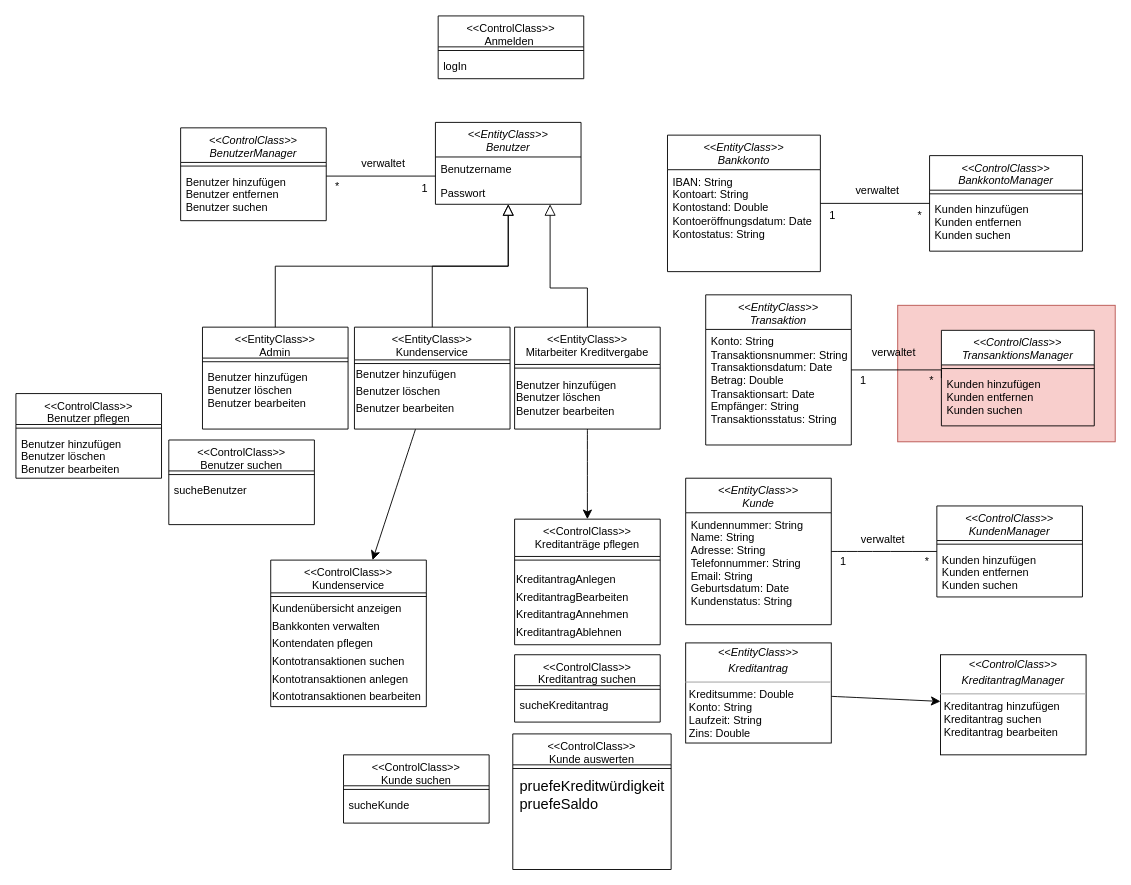
This is page "Technischer Entwurf" (5 of 5) of Datenmodell.drawio from JaSc2912/VerteilteAnwendungen, a draw.io file, before an edit. Source tidied: cells renumbered, new cells numbered last; positions are measured from the earlier drawing's top-left corner, leaving out a move shared by most shapes. Both pictures are drawn from the tidied source at 91%, with x=0, y=0 at pixel (15, 15).
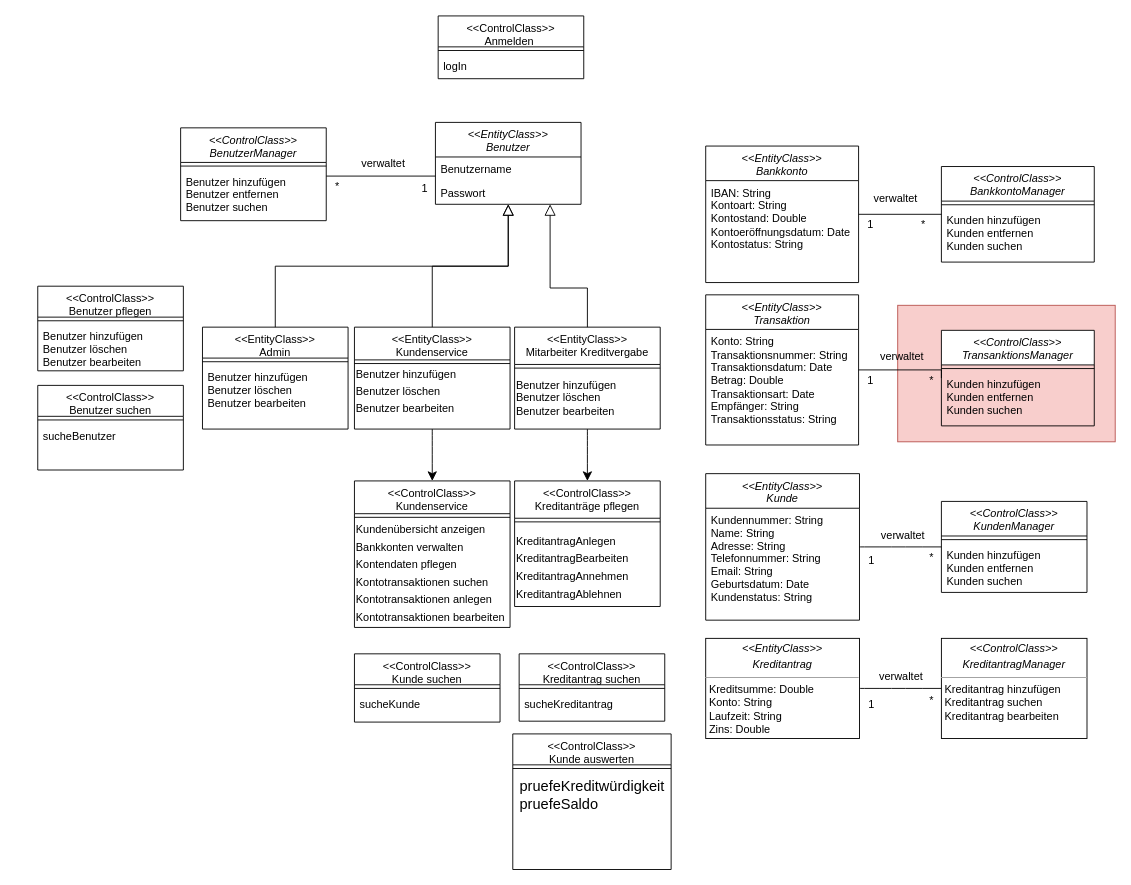
The same page after the edit.

Change to the diagram source:
```diff
@@
     <mxCell id="23" value="&lt;&lt;EntityClass&gt;&gt;&#10;Bankkonto" style="swimlane;fontStyle=2;align=center;verticalAlign=top;horizontal=1;startSize=38;rounded=0;shadow=0;strokeWidth=1;" parent="1" vertex="1">
-      <mxGeometry x="716" y="131" width="168" height="150" as="geometry" />
+      <mxGeometry x="758" y="143" width="168" height="150" as="geometry" />
     </mxCell>
@@
     <mxCell id="25" value="&lt;&lt;EntityClass&gt;&gt;&#10;Transaktion" style="swimlane;fontStyle=2;align=center;verticalAlign=top;horizontal=1;startSize=38;rounded=0;shadow=0;strokeWidth=1;" parent="1" vertex="1">
-      <mxGeometry x="758" y="306.5" width="160" height="165" as="geometry" />
+      <mxGeometry x="758" y="306.5" width="168" height="165" as="geometry" />
     </mxCell>
     <mxCell id="26" value="&lt;p align=&quot;left&quot; style=&quot;margin:0px;margin-left:4px;&quot;&gt;Konto: String&lt;br&gt;&lt;/p&gt;&lt;p align=&quot;left&quot; style=&quot;margin:0px;margin-left:4px;&quot;&gt;Transaktionsnummer: String&lt;/p&gt;&lt;p align=&quot;left&quot; style=&quot;margin:0px;margin-left:4px;&quot;&gt;Transaktionsdatum: Date&lt;/p&gt;&lt;p align=&quot;left&quot; style=&quot;margin:0px;margin-left:4px;&quot;&gt;Betrag: Double&lt;/p&gt;&lt;p align=&quot;left&quot; style=&quot;margin:0px;margin-left:4px;&quot;&gt;Transaktionsart: Date&lt;/p&gt;&lt;p align=&quot;left&quot; style=&quot;margin:0px;margin-left:4px;&quot;&gt;Empfänger: String&lt;/p&gt;&lt;p align=&quot;left&quot; style=&quot;margin:0px;margin-left:4px;&quot;&gt;Transaktionsstatus: String&lt;/p&gt;" style="text;html=1;align=left;verticalAlign=middle;strokeColor=none;fillColor=none;" parent="25" vertex="1">
-      <mxGeometry y="38" width="160" height="113" as="geometry" />
+      <mxGeometry y="38" width="168" height="113" as="geometry" />
     </mxCell>
@@
     <mxCell id="28" value="&lt;&lt;EntityClass&gt;&gt;&#10;Kunde" style="swimlane;fontStyle=2;align=center;verticalAlign=top;horizontal=1;startSize=38;rounded=0;shadow=0;strokeWidth=1;" parent="1" vertex="1">
-      <mxGeometry x="736" y="508" width="160" height="161" as="geometry" />
+      <mxGeometry x="758" y="503" width="169" height="161" as="geometry" />
     </mxCell>
     <mxCell id="29" value="Kundennummer: String&#10;Name: String&#10;Adresse: String&#10;Telefonnummer: String&#10;Email: String&#10;Geburtsdatum: Date&#10;Kundenstatus: String" style="text;align=left;verticalAlign=top;spacingLeft=4;spacingRight=4;overflow=hidden;" parent="28" vertex="1">
-      <mxGeometry y="38" width="160" height="121" as="geometry" />
+      <mxGeometry y="38" width="169" height="121" as="geometry" />
     </mxCell>
     <mxCell id="30" value="&lt;&lt;ControlClass&gt;&gt;&#10;KundenManager" style="swimlane;fontStyle=2;align=center;verticalAlign=top;horizontal=1;startSize=38;rounded=0;shadow=0;strokeWidth=1;" parent="1" vertex="1">
-      <mxGeometry x="1012" y="538.5" width="160" height="100" as="geometry" />
+      <mxGeometry x="1017" y="533.5" width="160" height="100" as="geometry" />
     </mxCell>
@@
     <mxCell id="33" value="&lt;&lt;ControlClass&gt;&gt;&#10;BankkontoManager" style="swimlane;fontStyle=2;align=center;verticalAlign=top;horizontal=1;startSize=38;rounded=0;shadow=0;strokeWidth=1;" parent="1" vertex="1">
-      <mxGeometry x="1004" y="153.5" width="168" height="105" as="geometry" />
+      <mxGeometry x="1017" y="165.5" width="168" height="105" as="geometry" />
     </mxCell>
@@
     <mxCell id="36" value="verwaltet" style="text;strokeColor=none;fillColor=none;html=1;align=center;verticalAlign=middle;whiteSpace=wrap;rounded=0;fontSize=12;" parent="1" vertex="1">
-      <mxGeometry x="913" y="177" width="68" height="30" as="geometry" />
+      <mxGeometry x="933" y="186" width="68" height="30" as="geometry" />
     </mxCell>
     <mxCell id="37" value="verwaltet" style="text;strokeColor=none;fillColor=none;html=1;align=center;verticalAlign=middle;whiteSpace=wrap;rounded=0;fontSize=12;" parent="1" vertex="1">
-      <mxGeometry x="918" y="565" width="70" height="22" as="geometry" />
+      <mxGeometry x="940" y="560" width="70" height="22" as="geometry" />
     </mxCell>
@@
     <mxCell id="42" value="verwaltet" style="text;strokeColor=none;fillColor=none;html=1;align=center;verticalAlign=middle;whiteSpace=wrap;rounded=0;fontSize=12;" parent="1" vertex="1">
-      <mxGeometry x="931" y="355" width="68" height="30" as="geometry" />
+      <mxGeometry x="940" y="360" width="68" height="30" as="geometry" />
     </mxCell>
     <mxCell id="43" value="1" style="text;html=1;align=center;verticalAlign=middle;strokeColor=none;fillColor=none;" parent="1" vertex="1">
-      <mxGeometry x="884" y="207" width="25" height="26" as="geometry" />
+      <mxGeometry x="926" y="216" width="25" height="26" as="geometry" />
     </mxCell>
     <mxCell id="44" value="*" style="text;html=1;align=center;verticalAlign=middle;strokeColor=none;fillColor=none;" parent="1" vertex="1">
-      <mxGeometry x="981" y="207" width="23" height="26" as="geometry" />
+      <mxGeometry x="985" y="216" width="23" height="26" as="geometry" />
     </mxCell>
     <mxCell id="45" value="1" style="text;html=1;align=center;verticalAlign=middle;strokeColor=none;fillColor=none;" parent="1" vertex="1">
-      <mxGeometry x="918" y="388" width="25" height="26" as="geometry" />
+      <mxGeometry x="926" y="388" width="25" height="26" as="geometry" />
     </mxCell>
@@
     <mxCell id="47" value="1" style="text;html=1;align=center;verticalAlign=middle;strokeColor=none;fillColor=none;" parent="1" vertex="1">
-      <mxGeometry x="896" y="587" width="25" height="26" as="geometry" />
+      <mxGeometry x="927" y="586" width="25" height="26" as="geometry" />
     </mxCell>
     <mxCell id="48" value="*" style="text;html=1;align=center;verticalAlign=middle;strokeColor=none;fillColor=none;" parent="1" vertex="1">
-      <mxGeometry x="989" y="587" width="23" height="26" as="geometry" />
+      <mxGeometry x="994" y="582" width="23" height="26" as="geometry" />
     </mxCell>
@@
-    <mxCell id="53" style="edgeStyle=none;curved=1;rounded=0;jettySize=auto;html=1;fontSize=12;startSize=8;endSize=8;" parent="1" edge="1" source="54" target="55">
+    <mxCell id="53" style="edgeStyle=none;curved=1;rounded=0;jettySize=auto;html=1;fontSize=12;startSize=8;endSize=8;endArrow=none;startFill=0;" parent="1" edge="1" source="54" target="55">
       <mxGeometry relative="1" as="geometry" />
     </mxCell>
     <mxCell id="54" value="&lt;p style=&quot;margin:0px;margin-top:4px;text-align:center;&quot;&gt;&lt;i&gt;&amp;lt;&amp;lt;EntityClass&amp;gt;&amp;gt;&lt;/i&gt;&lt;/p&gt;&lt;p style=&quot;margin:0px;margin-top:4px;text-align:center;&quot;&gt;&lt;i&gt;Kreditantrag&lt;/i&gt;&lt;/p&gt;&lt;hr size=&quot;1&quot;&gt;&lt;p style=&quot;margin:0px;margin-left:4px;&quot;&gt;Kreditsumme: Double&lt;br&gt;&lt;/p&gt;&lt;p style=&quot;margin:0px;margin-left:4px;&quot;&gt;Konto: String&lt;/p&gt;&lt;p style=&quot;margin:0px;margin-left:4px;&quot;&gt;Laufzeit: String&lt;/p&gt;&lt;p style=&quot;margin:0px;margin-left:4px;&quot;&gt;Zins: Double&lt;/p&gt;&lt;p style=&quot;margin:0px;margin-left:4px;&quot;&gt;&lt;br&gt;&lt;/p&gt;" style="verticalAlign=top;align=left;overflow=fill;fontSize=12;fontFamily=Helvetica;html=1;rounded=0;shadow=0;comic=0;labelBackgroundColor=none;strokeWidth=1;" parent="1" vertex="1">
-      <mxGeometry x="736" y="689" width="160" height="110" as="geometry" />
+      <mxGeometry x="758" y="684" width="169" height="110" as="geometry" />
     </mxCell>
     <mxCell id="55" value="&lt;p style=&quot;margin:0px;margin-top:4px;text-align:center;&quot;&gt;&lt;i&gt;&amp;lt;&amp;lt;ControlClass&amp;gt;&amp;gt;&lt;/i&gt;&lt;/p&gt;&lt;p style=&quot;margin:0px;margin-top:4px;text-align:center;&quot;&gt;&lt;i&gt;KreditantragManager&lt;/i&gt;&lt;/p&gt;&lt;hr size=&quot;1&quot;&gt;&lt;p style=&quot;margin:0px;margin-left:4px;&quot;&gt;Kreditantrag hinzufügen&lt;/p&gt;&lt;p style=&quot;margin:0px;margin-left:4px;&quot;&gt;Kreditantrag suchen&lt;/p&gt;&lt;p style=&quot;margin:0px;margin-left:4px;&quot;&gt;Kreditantrag bearbeiten&lt;/p&gt;&lt;p style=&quot;margin:0px;margin-left:4px;&quot;&gt;&lt;br&gt;&lt;/p&gt;" style="verticalAlign=top;align=left;overflow=fill;fontSize=12;fontFamily=Helvetica;html=1;rounded=0;shadow=0;comic=0;labelBackgroundColor=none;strokeWidth=1;" parent="1" vertex="1">
-      <mxGeometry x="1016" y="702" width="160" height="110" as="geometry" />
+      <mxGeometry x="1017" y="684" width="160" height="110" as="geometry" />
     </mxCell>
     <mxCell id="56" value="&lt;&lt;ControlClass&gt;&gt;&#10;Benutzer pflegen" style="swimlane;fontStyle=0;align=center;verticalAlign=top;horizontal=1;startSize=34;rounded=0;shadow=0;strokeWidth=1;" parent="1" vertex="1">
-      <mxGeometry y="415" width="160" height="93" as="geometry" />
+      <mxGeometry x="24" y="297" width="160" height="93" as="geometry" />
     </mxCell>
@@
     <mxCell id="59" value="&lt;&lt;ControlClass&gt;&gt;&#10;Kundenservice" style="swimlane;fontStyle=0;align=center;verticalAlign=top;horizontal=1;startSize=36;rounded=0;shadow=0;strokeWidth=1;" parent="1" vertex="1">
-      <mxGeometry x="280" y="598" width="171" height="161" as="geometry" />
+      <mxGeometry x="372" y="511" width="171" height="161" as="geometry" />
     </mxCell>
@@
     <mxCell id="62" value="&lt;&lt;ControlClass&gt;&gt;&#10;Kreditanträge pflegen" style="swimlane;fontStyle=0;align=center;verticalAlign=top;horizontal=1;startSize=41;rounded=0;shadow=0;strokeWidth=1;" parent="1" vertex="1">
-      <mxGeometry x="548" y="553" width="160" height="138" as="geometry" />
+      <mxGeometry x="548" y="511" width="160" height="138" as="geometry" />
     </mxCell>
@@
     <mxCell id="66" value="&lt;&lt;ControlClass&gt;&gt;&#10;Benutzer suchen" style="swimlane;fontStyle=0;align=center;verticalAlign=top;horizontal=1;startSize=34;rounded=0;shadow=0;strokeWidth=1;" parent="1" vertex="1">
-      <mxGeometry x="168" y="466" width="160" height="93" as="geometry" />
+      <mxGeometry x="24" y="406" width="160" height="93" as="geometry" />
     </mxCell>
@@
     <mxCell id="72" value="&lt;&lt;ControlClass&gt;&gt;&#10;Kreditantrag suchen" style="swimlane;fontStyle=0;align=center;verticalAlign=top;horizontal=1;startSize=34;rounded=0;shadow=0;strokeWidth=1;" parent="1" vertex="1">
-      <mxGeometry x="548" y="702" width="160" height="74" as="geometry" />
+      <mxGeometry x="553" y="701" width="160" height="74" as="geometry" />
     </mxCell>
@@
     <mxCell id="78" value="&lt;&lt;ControlClass&gt;&gt;&#10;Kunde suchen" style="swimlane;fontStyle=0;align=center;verticalAlign=top;horizontal=1;startSize=34;rounded=0;shadow=0;strokeWidth=1;" parent="1" vertex="1">
-      <mxGeometry x="360" y="812" width="160" height="75" as="geometry" />
+      <mxGeometry x="372" y="701" width="160" height="75" as="geometry" />
     </mxCell>
@@
+    <mxCell id="81" value="verwaltet" style="text;strokeColor=none;fillColor=none;html=1;align=center;verticalAlign=middle;whiteSpace=wrap;rounded=0;fontSize=12;" parent="1" vertex="1">
+      <mxGeometry x="938" y="715" width="70" height="22" as="geometry" />
+    </mxCell>
+    <mxCell id="82" value="1" style="text;html=1;align=center;verticalAlign=middle;strokeColor=none;fillColor=none;" parent="1" vertex="1">
+      <mxGeometry x="927" y="744" width="25" height="26" as="geometry" />
+    </mxCell>
+    <mxCell id="83" value="*" style="text;html=1;align=center;verticalAlign=middle;strokeColor=none;fillColor=none;" parent="1" vertex="1">
+      <mxGeometry x="994" y="740" width="23" height="26" as="geometry" />
+    </mxCell>
```
